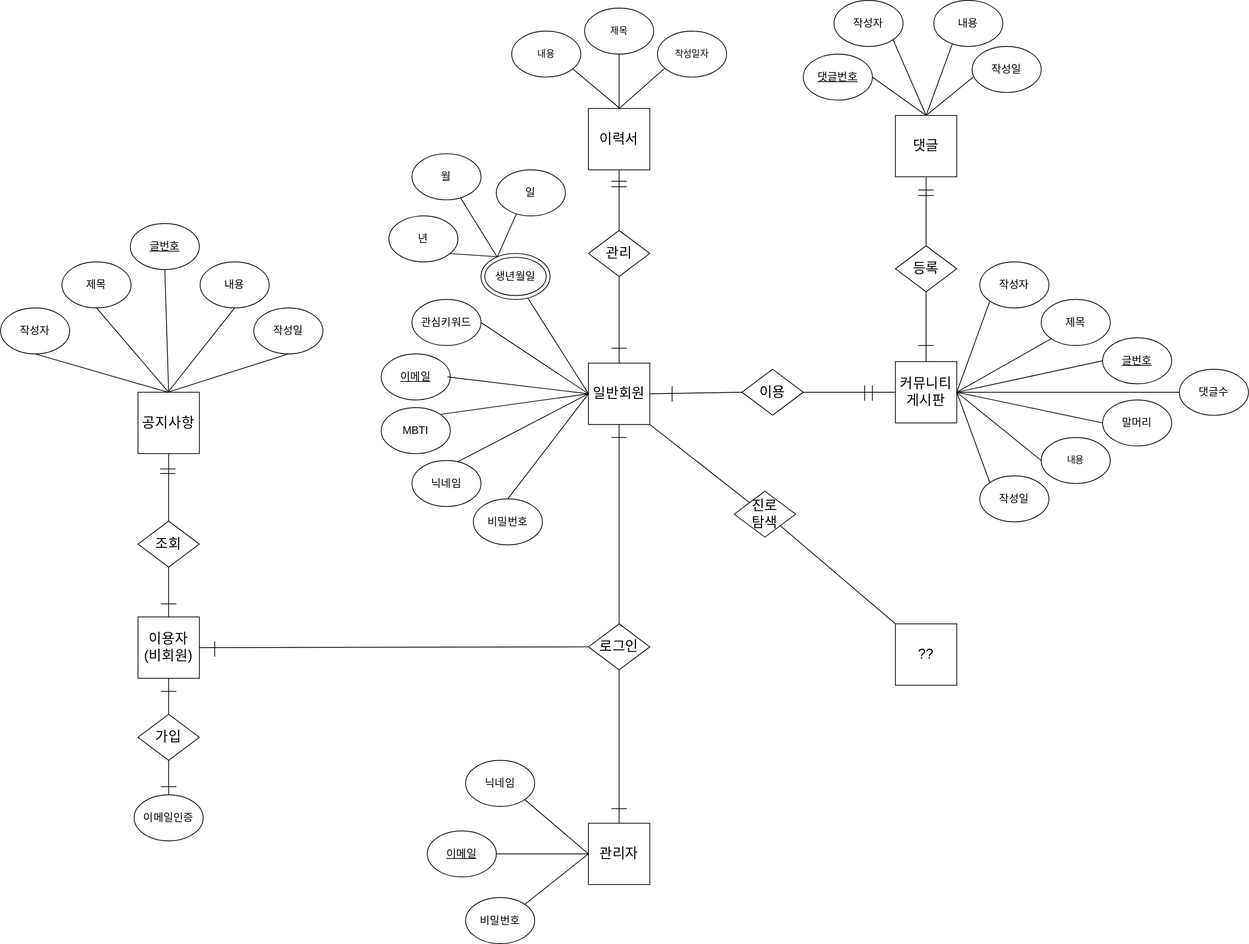
Earlier version of the draw.io export Untitled Diagram.svg (FNTJ/project1). Source tidied: cells renumbered, new cells last; positions are measured from the earlier drawing's top-left corner, leaving out a move shared by most shapes.
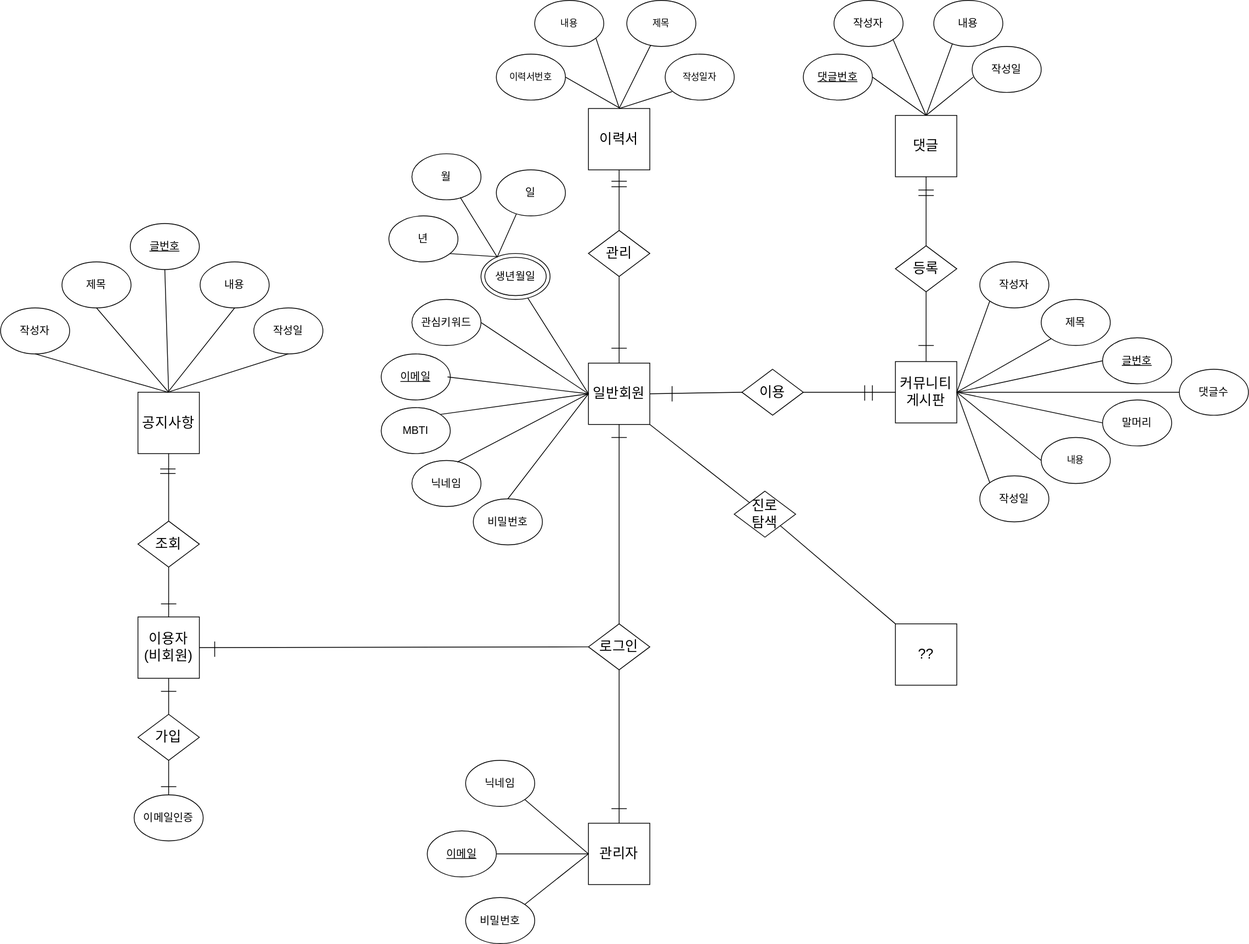
Above is the later version.

What changed in the source:
```diff
@@ -329,7 +329,7 @@
       <mxGeometry relative="1" as="geometry" />
     </mxCell>
     <mxCell id="93" value="제목" style="ellipse;whiteSpace=wrap;html=1;flipH=1;flipV=1;" parent="1" vertex="1">
-      <mxGeometry x="761" y="10" width="90" height="60" as="geometry" />
+      <mxGeometry x="816" width="90" height="60" as="geometry" />
     </mxCell>
     <mxCell id="94" style="endArrow=none;html=1;exitX=1;exitY=1;exitDx=0;exitDy=0;entryX=0;entryY=0;entryDx=0;entryDy=0;" parent="1" edge="1" source="107" target="95">
       <mxGeometry relative="1" as="geometry" />
@@ -341,10 +341,10 @@
       <mxGeometry x="766" y="141" width="80" height="80" as="geometry" />
     </mxCell>
     <mxCell id="97" value="내용" style="ellipse;whiteSpace=wrap;html=1;flipH=1;flipV=1;" parent="1" vertex="1">
-      <mxGeometry x="666" y="40" width="90" height="60" as="geometry" />
+      <mxGeometry x="696" width="90" height="60" as="geometry" />
     </mxCell>
     <mxCell id="98" value="작성일자" style="ellipse;whiteSpace=wrap;html=1;flipH=1;flipV=1;" parent="1" vertex="1">
-      <mxGeometry x="856" y="40" width="90" height="60" as="geometry" />
+      <mxGeometry x="866" y="70" width="90" height="60" as="geometry" />
     </mxCell>
     <mxCell id="99" style="endArrow=none;html=1;entryX=0.113;entryY=0.175;entryDx=0;entryDy=0;entryPerimeter=0;" parent="1" edge="1" target="97">
       <mxGeometry relative="1" as="geometry">
@@ -412,5 +412,13 @@
     <mxCell id="115" value="&lt;span style=&quot;font-size: 14px&quot;&gt;댓글수&lt;/span&gt;" style="ellipse;whiteSpace=wrap;html=1;direction=east;" parent="1" vertex="1">
       <mxGeometry x="1536" y="481" width="90" height="60" as="geometry" />
     </mxCell>
+    <mxCell id="116" style="endArrow=none;html=1;entryX=1;entryY=0.5;entryDx=0;entryDy=0;" parent="1" edge="1" target="117">
+      <mxGeometry relative="1" as="geometry">
+        <mxPoint x="806" y="140" as="sourcePoint" />
+      </mxGeometry>
+    </mxCell>
+    <mxCell id="117" value="이력서번호" style="ellipse;whiteSpace=wrap;html=1;flipH=1;flipV=1;" parent="1" vertex="1">
+      <mxGeometry x="646" y="70" width="90" height="60" as="geometry" />
+    </mxCell>
   </root>
 </mxGraphModel>
```
